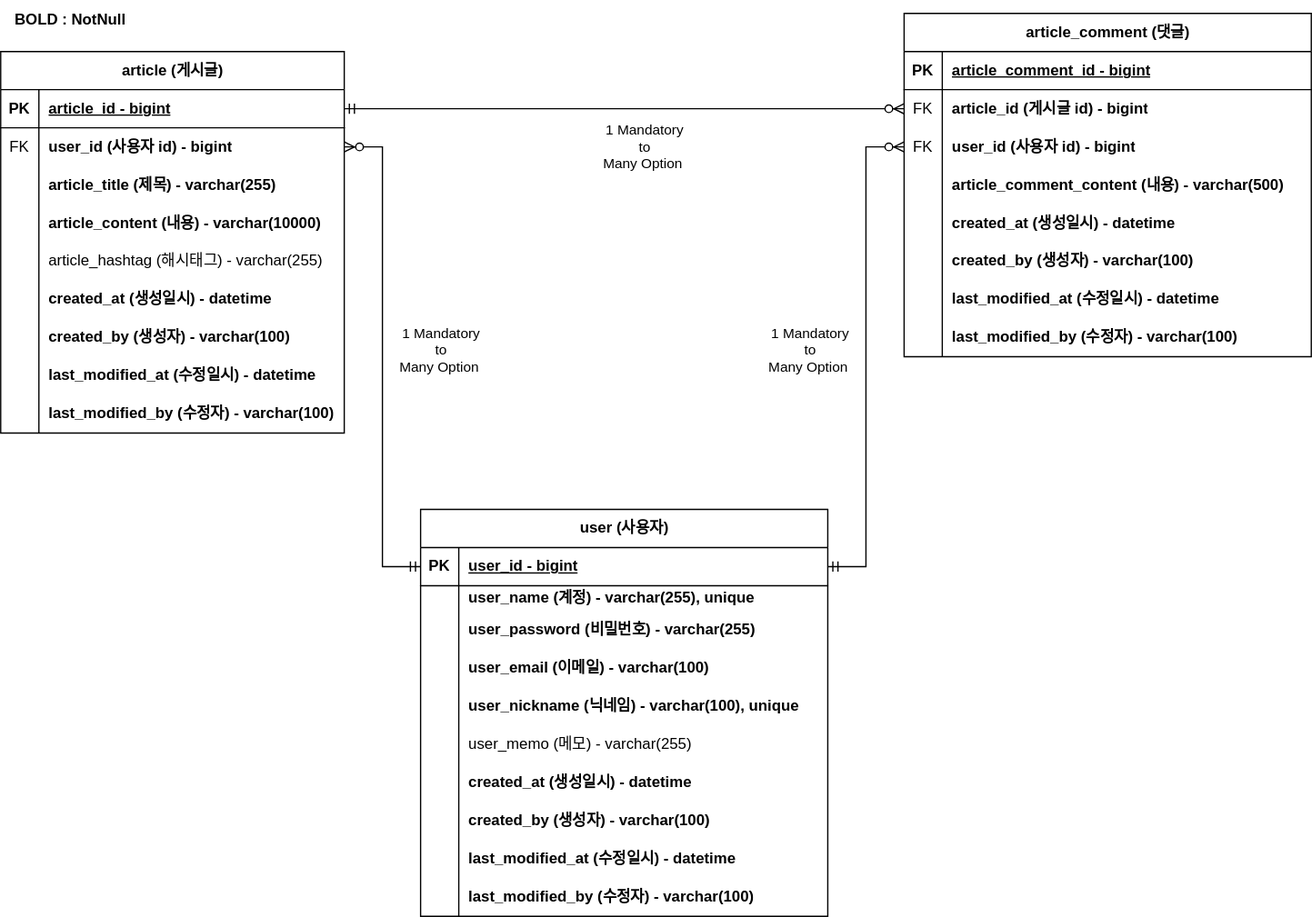
Above: document/project-board_ERD.drawio.svg in mykim8710/project-board (draw.io), before the change. Source tidied: cells renumbered, new cells last; positions are measured from the earlier drawing's top-left corner, leaving out a move shared by most shapes.
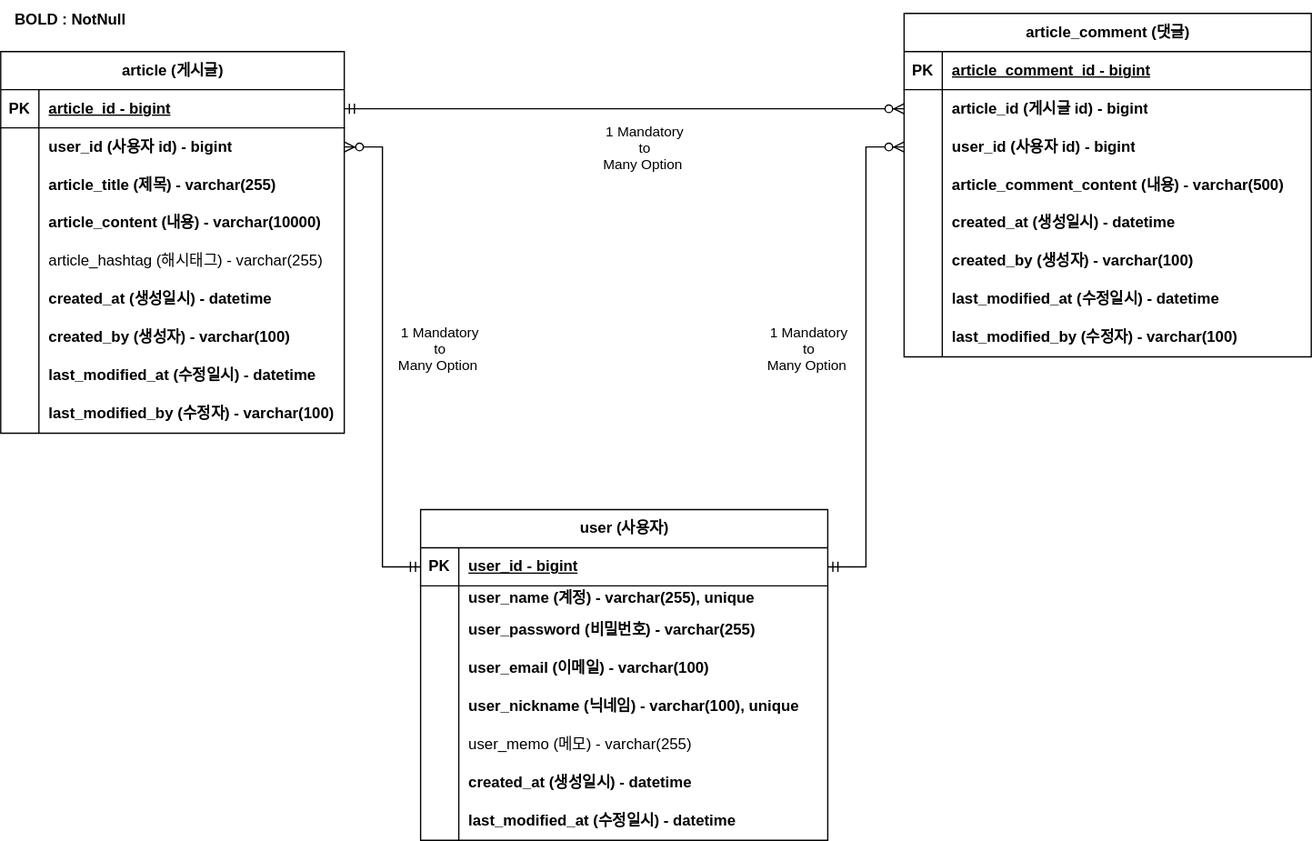
After the commit.

Commit message:
MAIN - end 다이어그램 수정

The edit, as a diff of the source:
```diff
@@ -17,7 +17,7 @@
     <mxCell id="6" style="shape=tableRow;horizontal=0;startSize=0;swimlaneHead=0;swimlaneBody=0;fillColor=none;points=[[0,0.5],[1,0.5]];portConstraint=eastwest;top=0;left=0;right=0;bottom=0;" parent="2" vertex="1">
       <mxGeometry y="60" width="270" height="30" as="geometry" />
     </mxCell>
-    <mxCell id="7" value="FK" style="shape=partialRectangle;fillColor=none;top=0;left=0;bottom=0;right=0;overflow=hidden;whiteSpace=wrap;html=1;" parent="6" vertex="1">
+    <mxCell id="7" style="shape=partialRectangle;fillColor=none;top=0;left=0;bottom=0;right=0;overflow=hidden;whiteSpace=wrap;html=1;" parent="6" vertex="1">
       <mxGeometry width="30" height="30" as="geometry" />
     </mxCell>
     <mxCell id="8" value="user_id (사용자 id) - bigint" style="shape=partialRectangle;fillColor=none;top=0;left=0;bottom=0;right=0;align=left;spacingLeft=6;overflow=hidden;whiteSpace=wrap;html=1;fontStyle=1;" parent="6" vertex="1">
@@ -101,7 +101,7 @@
     <mxCell id="34" style="shape=tableRow;horizontal=0;startSize=0;swimlaneHead=0;swimlaneBody=0;fillColor=none;points=[[0,0.5],[1,0.5]];portConstraint=eastwest;top=0;left=0;right=0;bottom=0;" parent="30" vertex="1">
       <mxGeometry y="60" width="320" height="30" as="geometry" />
     </mxCell>
-    <mxCell id="35" value="FK" style="shape=partialRectangle;fillColor=none;top=0;left=0;bottom=0;right=0;overflow=hidden;whiteSpace=wrap;html=1;" parent="34" vertex="1">
+    <mxCell id="35" style="shape=partialRectangle;fillColor=none;top=0;left=0;bottom=0;right=0;overflow=hidden;whiteSpace=wrap;html=1;" parent="34" vertex="1">
       <mxGeometry width="30" height="30" as="geometry" />
     </mxCell>
     <mxCell id="36" value="article_id (게시글 id)&amp;nbsp;- bigint" style="shape=partialRectangle;fillColor=none;top=0;left=0;bottom=0;right=0;align=left;spacingLeft=6;overflow=hidden;whiteSpace=wrap;html=1;fontStyle=1;" parent="34" vertex="1">
@@ -110,7 +110,7 @@
     <mxCell id="37" style="shape=tableRow;horizontal=0;startSize=0;swimlaneHead=0;swimlaneBody=0;fillColor=none;points=[[0,0.5],[1,0.5]];portConstraint=eastwest;top=0;left=0;right=0;bottom=0;" parent="30" vertex="1">
       <mxGeometry y="90" width="320" height="30" as="geometry" />
     </mxCell>
-    <mxCell id="38" value="FK" style="shape=partialRectangle;fillColor=none;top=0;left=0;bottom=0;right=0;overflow=hidden;whiteSpace=wrap;html=1;" parent="37" vertex="1">
+    <mxCell id="38" style="shape=partialRectangle;fillColor=none;top=0;left=0;bottom=0;right=0;overflow=hidden;whiteSpace=wrap;html=1;" parent="37" vertex="1">
       <mxGeometry width="30" height="30" as="geometry" />
     </mxCell>
     <mxCell id="39" value="user_id (사용자 id) - bigint" style="shape=partialRectangle;fillColor=none;top=0;left=0;bottom=0;right=0;align=left;spacingLeft=6;overflow=hidden;whiteSpace=wrap;html=1;fontStyle=1;" parent="37" vertex="1">
@@ -168,7 +168,7 @@
       <mxGeometry width="110" height="30" as="geometry" />
     </mxCell>
     <mxCell id="57" value="user (사용자)" style="shape=table;startSize=30;rowLines=0;fontStyle=1;align=center;html=1;" parent="1" vertex="1">
-      <mxGeometry x="330" y="400" width="320" height="320" as="geometry" />
+      <mxGeometry x="330" y="400" width="320" height="260" as="geometry" />
     </mxCell>
     <mxCell id="58" style="shape=tableRow;horizontal=0;startSize=0;swimlaneHead=0;swimlaneBody=0;fillColor=none;points=[[0,0.5],[1,0.5]];portConstraint=eastwest;top=0;left=0;right=0;bottom=1;" parent="57" vertex="1">
       <mxGeometry y="30" width="320" height="30" as="geometry" />
@@ -233,17 +233,8 @@
     <mxCell id="78" value="created_at (생성일시) - datetime" style="shape=partialRectangle;fillColor=none;top=0;left=0;bottom=0;right=0;align=left;spacingLeft=6;overflow=hidden;whiteSpace=wrap;html=1;fontStyle=1;" parent="76" vertex="1">
       <mxGeometry x="30" width="290" height="30" as="geometry" />
     </mxCell>
-    <mxCell id="79" style="shape=tableRow;horizontal=0;startSize=0;swimlaneHead=0;swimlaneBody=0;fillColor=none;top=0;left=0;right=0;bottom=0;" parent="57" vertex="1">
-      <mxGeometry y="230" width="320" height="30" as="geometry" />
-    </mxCell>
-    <mxCell id="80" style="shape=partialRectangle;fillColor=none;top=0;left=0;bottom=0;right=0;overflow=hidden;whiteSpace=wrap;html=1;" parent="79" vertex="1">
-      <mxGeometry width="30" height="30" as="geometry" />
-    </mxCell>
-    <mxCell id="81" value="created_by (생성자)&amp;nbsp;- varchar(100)" style="shape=partialRectangle;fillColor=none;top=0;left=0;bottom=0;right=0;align=left;spacingLeft=6;overflow=hidden;whiteSpace=wrap;html=1;fontStyle=1;" parent="79" vertex="1">
-      <mxGeometry x="30" width="290" height="30" as="geometry" />
-    </mxCell>
     <mxCell id="82" style="shape=tableRow;horizontal=0;startSize=0;swimlaneHead=0;swimlaneBody=0;fillColor=none;top=0;left=0;right=0;bottom=0;" parent="57" vertex="1">
-      <mxGeometry y="260" width="320" height="30" as="geometry" />
+      <mxGeometry y="230" width="320" height="30" as="geometry" />
     </mxCell>
     <mxCell id="83" style="shape=partialRectangle;fillColor=none;top=0;left=0;bottom=0;right=0;overflow=hidden;whiteSpace=wrap;html=1;" parent="82" vertex="1">
       <mxGeometry width="30" height="30" as="geometry" />
@@ -251,15 +242,6 @@
     <mxCell id="84" value="last_modified_at (수정일시)&amp;nbsp;- datetime" style="shape=partialRectangle;fillColor=none;top=0;left=0;bottom=0;right=0;align=left;spacingLeft=6;overflow=hidden;whiteSpace=wrap;html=1;fontStyle=1;" parent="82" vertex="1">
       <mxGeometry x="30" width="290" height="30" as="geometry" />
     </mxCell>
-    <mxCell id="85" style="shape=tableRow;horizontal=0;startSize=0;swimlaneHead=0;swimlaneBody=0;fillColor=none;top=0;left=0;right=0;bottom=0;" parent="57" vertex="1">
-      <mxGeometry y="290" width="320" height="30" as="geometry" />
-    </mxCell>
-    <mxCell id="86" style="shape=partialRectangle;fillColor=none;top=0;left=0;bottom=0;right=0;overflow=hidden;whiteSpace=wrap;html=1;" parent="85" vertex="1">
-      <mxGeometry width="30" height="30" as="geometry" />
-    </mxCell>
-    <mxCell id="87" value="last_modified_by (수정자)&amp;nbsp;- varchar(100)" style="shape=partialRectangle;fillColor=none;top=0;left=0;bottom=0;right=0;align=left;spacingLeft=6;overflow=hidden;whiteSpace=wrap;html=1;fontStyle=1;" parent="85" vertex="1">
-      <mxGeometry x="30" width="290" height="30" as="geometry" />
-    </mxCell>
     <mxCell id="88" style="edgeStyle=entityRelationEdgeStyle;fontSize=12;html=1;endArrow=ERzeroToMany;startArrow=ERmandOne;rounded=0;exitX=0;exitY=0.5;exitDx=0;exitDy=0;entryX=1;entryY=0.5;entryDx=0;entryDy=0;" parent="1" edge="1" source="58" target="6">
       <mxGeometry relative="1" as="geometry" />
     </mxCell>
```
